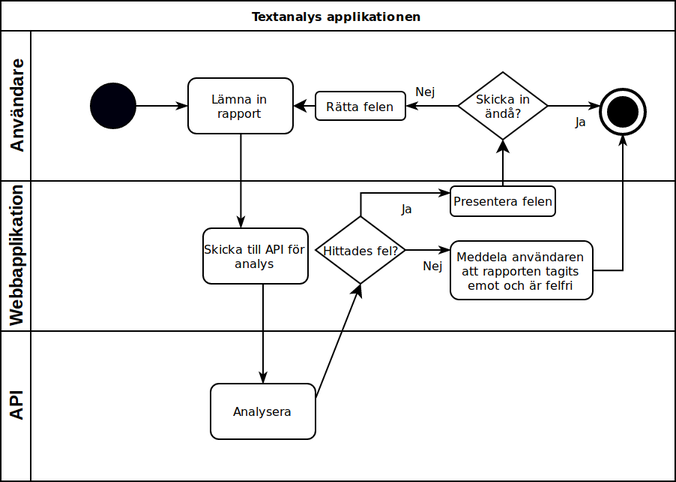
Above: bilder/overviewflow.png in ellakk/examensarbete (draw.io), before the change. Source tidied: cells renumbered, new cells last; positions are measured from the earlier drawing's top-left corner, leaving out a move shared by most shapes.
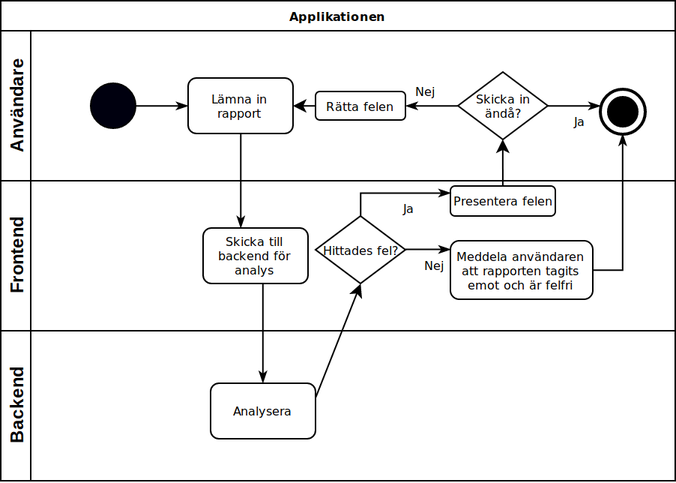
The same diagram one commit later.

Diff of the diagram source:
```diff
@@ -2,7 +2,7 @@
   <root>
     <mxCell id="0" />
     <mxCell id="1" parent="0" />
-    <mxCell id="2" value="Textanalys applikationen" style="swimlane;html=1;horizontal=1;startSize=20;rounded=0;shadow=0;labelBackgroundColor=none;strokeColor=#000000;strokeWidth=1;fillColor=#ffffff;fontFamily=Verdana;fontSize=8;fontColor=#000000;align=center;" parent="1" vertex="1">
+    <mxCell id="2" value="Applikationen" style="swimlane;html=1;horizontal=1;startSize=20;rounded=0;shadow=0;labelBackgroundColor=none;strokeColor=#000000;strokeWidth=1;fillColor=#ffffff;fontFamily=Verdana;fontSize=8;fontColor=#000000;align=center;" parent="1" vertex="1">
       <mxGeometry width="450" height="320" as="geometry" />
     </mxCell>
     <mxCell id="3" value="Användare" style="swimlane;html=1;startSize=20;horizontal=0;" parent="2" vertex="1">
@@ -43,10 +43,10 @@
     <mxCell id="13" value="Nej" style="edgeStyle=orthogonalEdgeStyle;rounded=0;html=1;labelBackgroundColor=none;startArrow=none;startFill=0;startSize=5;endArrow=classicThin;endFill=1;endSize=5;jettySize=auto;strokeColor=#000000;strokeWidth=1;fontFamily=Verdana;fontSize=8;fontColor=#000000;exitX=0;exitY=0.5;exitDx=0;exitDy=0;exitPerimeter=0;entryX=1;entryY=0.5;entryDx=0;entryDy=0;" parent="3" edge="1" source="11" target="7">
       <mxGeometry x="0.25" y="-10" relative="1" as="geometry" />
     </mxCell>
-    <mxCell id="14" value="Webbapplikation" style="swimlane;html=1;startSize=20;horizontal=0;" parent="2" vertex="1">
+    <mxCell id="14" value="Frontend" style="swimlane;html=1;startSize=20;horizontal=0;" parent="2" vertex="1">
       <mxGeometry y="120" width="450" height="100" as="geometry" />
     </mxCell>
-    <mxCell id="15" value="Skicka till API för analys" style="rounded=1;whiteSpace=wrap;html=1;shadow=0;labelBackgroundColor=none;strokeColor=#000000;strokeWidth=1;fillColor=#ffffff;fontFamily=Verdana;fontSize=8;fontColor=#000000;align=center;" parent="14" vertex="1">
+    <mxCell id="15" value="Skicka till backend för analys" style="rounded=1;whiteSpace=wrap;html=1;shadow=0;labelBackgroundColor=none;strokeColor=#000000;strokeWidth=1;fillColor=#ffffff;fontFamily=Verdana;fontSize=8;fontColor=#000000;align=center;" parent="14" vertex="1">
       <mxGeometry x="135" y="31.5" width="70" height="37" as="geometry" />
     </mxCell>
     <mxCell id="16" value="Meddela användaren att rapporten tagits emot och är felfri" style="rounded=1;whiteSpace=wrap;html=1;shadow=0;labelBackgroundColor=none;strokeColor=#000000;strokeWidth=1;fillColor=#ffffff;fontFamily=Verdana;fontSize=8;fontColor=#000000;align=center;" parent="14" vertex="1">
@@ -79,7 +79,7 @@
         </Array>
       </mxGeometry>
     </mxCell>
-    <mxCell id="22" value="API" style="swimlane;html=1;startSize=20;horizontal=0;" parent="2" vertex="1">
+    <mxCell id="22" value="Backend" style="swimlane;html=1;startSize=20;horizontal=0;" parent="2" vertex="1">
       <mxGeometry y="220" width="450" height="100" as="geometry" />
     </mxCell>
     <mxCell id="23" value="Analysera" style="rounded=1;whiteSpace=wrap;html=1;shadow=0;labelBackgroundColor=none;strokeColor=#000000;strokeWidth=1;fillColor=#ffffff;fontFamily=Verdana;fontSize=8;fontColor=#000000;align=center;" parent="22" vertex="1">
```
